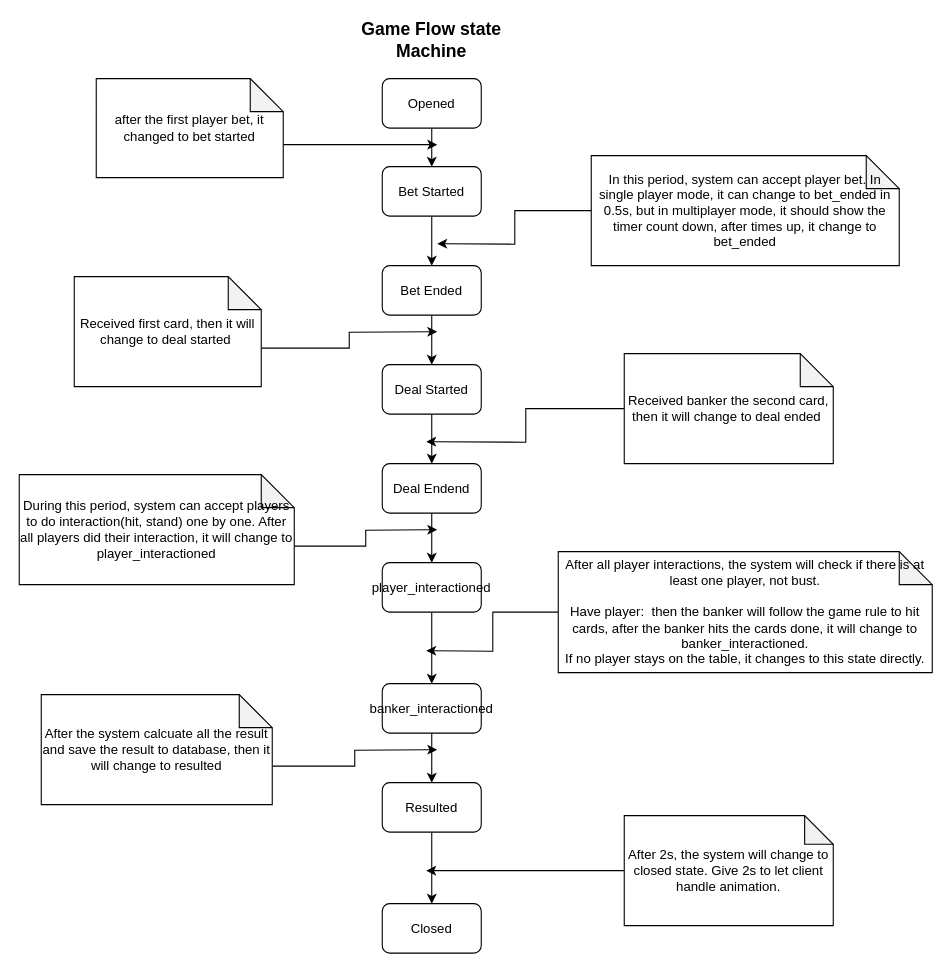
This is docs/game_flow_state_machine.drawio from chongin/blackjack, a draw.io file, before an edit. Source tidied: cells renumbered, new cells numbered last; positions are measured from the earlier drawing's top-left corner, leaving out a move shared by most shapes. Both pictures are drawn from the tidied source at 110%, with x=0, y=0 at pixel (19, 23).
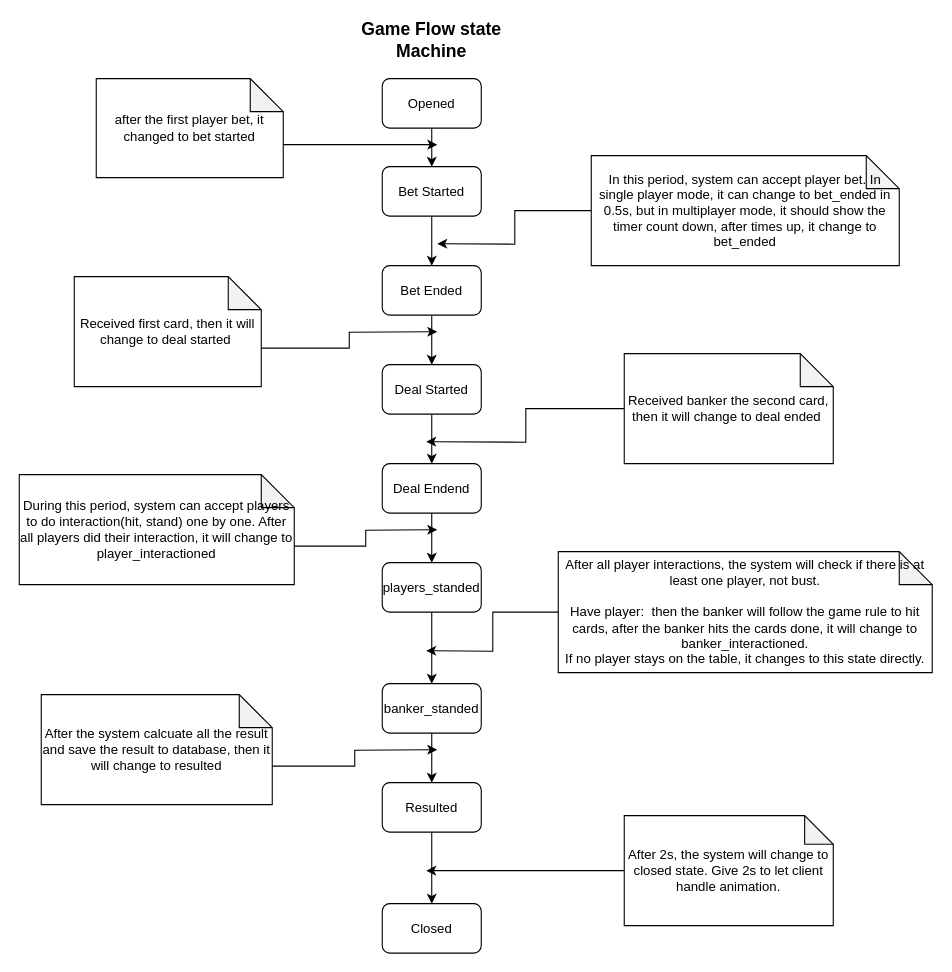
After the change.

Commit message (it also covers changes not shown here):
update deal start flow, update data model to save deal card sequence info

Diff of the diagram source:
```diff
@@
-    <mxCell id="26" value="player_interactioned" style="rounded=1;whiteSpace=wrap;html=1;" parent="1" vertex="1">
+    <mxCell id="26" value="players_standed" style="rounded=1;whiteSpace=wrap;html=1;" parent="1" vertex="1">
       <mxGeometry x="330" y="490" width="90" height="45" as="geometry" />
     </mxCell>
@@
-    <mxCell id="28" value="banker_interactioned" style="rounded=1;whiteSpace=wrap;html=1;" parent="1" vertex="1">
+    <mxCell id="28" value="banker_standed" style="rounded=1;whiteSpace=wrap;html=1;" parent="1" vertex="1">
       <mxGeometry x="330" y="600" width="90" height="45" as="geometry" />
     </mxCell>
```
